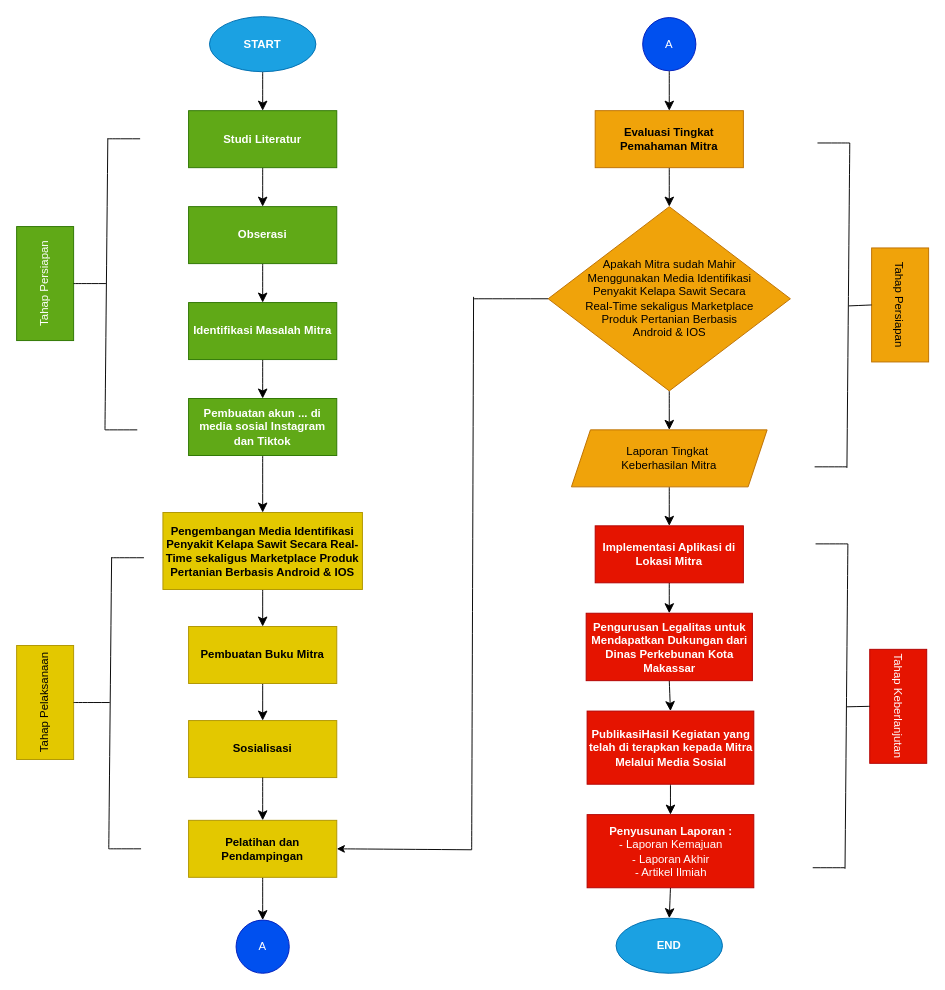
This is Metode Riset.drawio from NahwaKakaa/Draw.Io, a draw.io file, before an edit. Source tidied: cells renumbered, new cells numbered last; positions are measured from the earlier drawing's top-left corner, leaving out a move shared by most shapes. Both pictures are drawn from the tidied source at 95%, with x=0, y=0 at pixel (-12, 16).
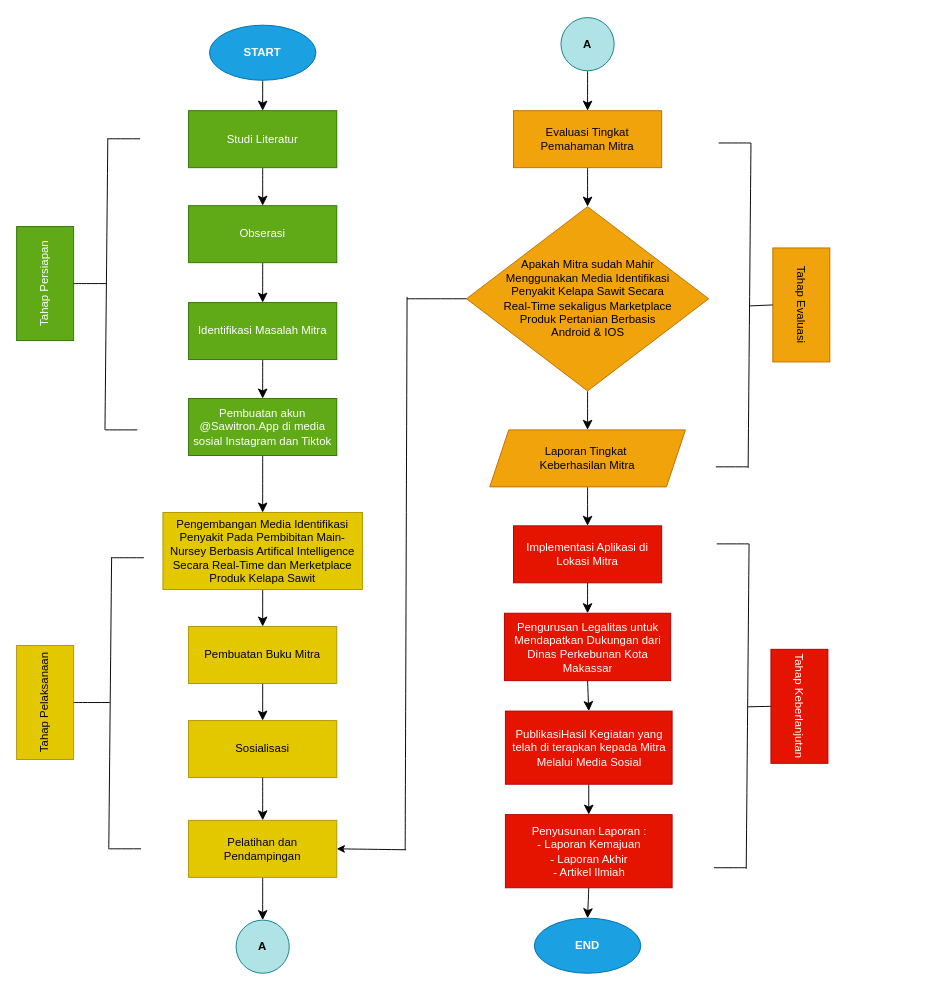
The same page after the edit.

The edit, as a diff of the source:
```diff
@@
     <mxCell id="3" value="&lt;h4&gt;&lt;font&gt;START&lt;/font&gt;&lt;/h4&gt;" style="ellipse;whiteSpace=wrap;html=1;fillColor=#1ba1e2;fontColor=#ffffff;strokeColor=#006EAF;" parent="1" vertex="1">
-      <mxGeometry x="233" width="112" height="58" as="geometry" />
+      <mxGeometry x="233" y="9" width="112" height="58" as="geometry" />
     </mxCell>
@@
-    <mxCell id="5" value="&lt;h4&gt;Studi Literatur&lt;/h4&gt;" style="rounded=0;whiteSpace=wrap;html=1;fillColor=#60a917;fontColor=#ffffff;strokeColor=#2D7600;" parent="1" vertex="1">
+    <mxCell id="5" value="Studi Literatur" style="rounded=0;whiteSpace=wrap;html=1;fillColor=#60a917;strokeColor=#2D7600;fontColor=#FFFFFF;" parent="1" vertex="1">
       <mxGeometry x="211" y="99" width="156" height="60" as="geometry" />
     </mxCell>
@@
-    <mxCell id="7" value="&lt;h4&gt;Obserasi&lt;/h4&gt;" style="rounded=0;whiteSpace=wrap;html=1;fillColor=#60a917;fontColor=#ffffff;strokeColor=#2D7600;" parent="1" vertex="1">
-      <mxGeometry x="211" y="200" width="156" height="60" as="geometry" />
+    <mxCell id="7" value="&lt;p&gt;Obserasi&lt;/p&gt;" style="rounded=0;whiteSpace=wrap;html=1;fillColor=#60a917;fontColor=#ffffff;strokeColor=#2D7600;" parent="1" vertex="1">
+      <mxGeometry x="211" y="199" width="156" height="60" as="geometry" />
     </mxCell>
@@
-    <mxCell id="9" value="&lt;h4&gt;Identifikasi Masalah Mitra&lt;/h4&gt;" style="rounded=0;whiteSpace=wrap;html=1;fillColor=#60a917;fontColor=#ffffff;strokeColor=#2D7600;" parent="1" vertex="1">
+    <mxCell id="9" value="&lt;p&gt;Identifikasi Masalah Mitra&lt;/p&gt;" style="rounded=0;whiteSpace=wrap;html=1;fillColor=#60a917;fontColor=#ffffff;strokeColor=#2D7600;" parent="1" vertex="1">
       <mxGeometry x="211" y="301" width="156" height="60" as="geometry" />
     </mxCell>
@@
-    <mxCell id="11" value="&lt;h4&gt;Pembuatan akun ... di media sosial Instagram dan Tiktok&lt;/h4&gt;" style="rounded=0;whiteSpace=wrap;html=1;fillColor=#60a917;fontColor=#ffffff;strokeColor=#2D7600;" parent="1" vertex="1">
+    <mxCell id="11" value="&lt;p&gt;Pembuatan akun @Sawitron.App di media sosial Instagram dan Tiktok&lt;/p&gt;" style="rounded=0;whiteSpace=wrap;html=1;fillColor=#60a917;fontColor=#ffffff;strokeColor=#2D7600;" parent="1" vertex="1">
       <mxGeometry x="211" y="402" width="156" height="60" as="geometry" />
     </mxCell>
@@
-    <mxCell id="13" value="&lt;h4&gt;Pengembangan Media Identifikasi Penyakit Kelapa Sawit Secara Real-Time sekaligus Marketplace Produk Pertanian Berbasis Android &amp;amp; IOS&lt;/h4&gt;" style="rounded=0;whiteSpace=wrap;html=1;fillColor=#e3c800;fontColor=#000000;strokeColor=#B09500;" parent="1" vertex="1">
+    <mxCell id="13" value="&lt;p&gt;Pengembangan Media Identifikasi Penyakit Pada Pembibitan Main-Nursey Berbasis Artifical Intelligence Secara Real-Time dan Merketplace Produk Kelapa Sawit&lt;/p&gt;" style="rounded=0;whiteSpace=wrap;html=1;fillColor=#e3c800;fontColor=#000000;strokeColor=#B09500;" parent="1" vertex="1">
       <mxGeometry x="184" y="522" width="210" height="81" as="geometry" />
     </mxCell>
@@
-    <mxCell id="15" value="&lt;h4&gt;Pembuatan Buku Mitra&lt;/h4&gt;" style="rounded=0;whiteSpace=wrap;html=1;fillColor=#e3c800;fontColor=#000000;strokeColor=#B09500;" parent="1" vertex="1">
+    <mxCell id="15" value="&lt;p&gt;Pembuatan Buku Mitra&lt;/p&gt;" style="rounded=0;whiteSpace=wrap;html=1;fillColor=#e3c800;fontColor=#000000;strokeColor=#B09500;" parent="1" vertex="1">
       <mxGeometry x="211" y="642" width="156" height="60" as="geometry" />
     </mxCell>
-    <mxCell id="16" value="&lt;h4&gt;Sosialisasi&lt;/h4&gt;" style="rounded=0;whiteSpace=wrap;html=1;fillColor=#e3c800;fontColor=#000000;strokeColor=#B09500;" parent="1" vertex="1">
+    <mxCell id="16" value="&lt;p&gt;Sosialisasi&lt;/p&gt;" style="rounded=0;whiteSpace=wrap;html=1;fillColor=#e3c800;fontColor=#000000;strokeColor=#B09500;" parent="1" vertex="1">
       <mxGeometry x="211" y="741" width="156" height="60" as="geometry" />
     </mxCell>
@@
-    <mxCell id="18" value="&lt;h4&gt;Pelatihan dan Pendampingan&lt;/h4&gt;" style="rounded=0;whiteSpace=wrap;html=1;fillColor=#e3c800;fontColor=#000000;strokeColor=#B09500;" parent="1" vertex="1">
+    <mxCell id="18" value="&lt;p&gt;Pelatihan dan Pendampingan&lt;/p&gt;" style="rounded=0;whiteSpace=wrap;html=1;fillColor=#e3c800;fontColor=#000000;strokeColor=#B09500;" parent="1" vertex="1">
       <mxGeometry x="211" y="846" width="156" height="60" as="geometry" />
     </mxCell>
@@
-    <mxCell id="31" value="A" style="ellipse;whiteSpace=wrap;html=1;fillColor=#0050ef;fontColor=#ffffff;strokeColor=#001DBC;" parent="1" vertex="1">
+    <mxCell id="31" value="&lt;h4&gt;A&lt;/h4&gt;" style="ellipse;whiteSpace=wrap;html=1;fillColor=#b0e3e6;strokeColor=#0e8088;" parent="1" vertex="1">
       <mxGeometry x="261" y="951" width="56" height="56" as="geometry" />
     </mxCell>
@@
-    <mxCell id="33" value="A" style="ellipse;whiteSpace=wrap;html=1;fillColor=#0050ef;fontColor=#ffffff;strokeColor=#001DBC;" parent="1" vertex="1">
-      <mxGeometry x="689" y="1" width="56" height="56" as="geometry" />
+    <mxCell id="33" value="&lt;h4&gt;A&lt;/h4&gt;" style="ellipse;whiteSpace=wrap;html=1;fillColor=#b0e3e6;strokeColor=#0e8088;" parent="1" vertex="1">
+      <mxGeometry x="603" y="1" width="56" height="56" as="geometry" />
     </mxCell>
@@
-    <mxCell id="35" value="&lt;h4&gt;Evaluasi Tingkat Pemahaman Mitra&lt;/h4&gt;" style="rounded=0;whiteSpace=wrap;html=1;fillColor=#f0a30a;fontColor=#000000;strokeColor=#BD7000;" parent="1" vertex="1">
-      <mxGeometry x="639" y="99" width="156" height="60" as="geometry" />
+    <mxCell id="35" value="&lt;p&gt;Evaluasi Tingkat Pemahaman Mitra&lt;/p&gt;" style="rounded=0;whiteSpace=wrap;html=1;fillColor=#f0a30a;fontColor=#000000;strokeColor=#BD7000;" parent="1" vertex="1">
+      <mxGeometry x="553" y="99" width="156" height="60" as="geometry" />
     </mxCell>
@@
-    <mxCell id="37" value="Apakah Mitra sudah Mahir &lt;br&gt;Menggunakan Media Identifikasi &lt;br&gt;Penyakit Kelapa Sawit Secara &lt;br&gt;Real-Time sekaligus Marketplace &lt;br&gt;Produk Pertanian Berbasis &lt;br&gt;Android &amp;amp; IOS" style="rhombus;whiteSpace=wrap;html=1;fillColor=#f0a30a;fontColor=#000000;strokeColor=#BD7000;" parent="1" vertex="1">
-      <mxGeometry x="589.5" y="200" width="255" height="194" as="geometry" />
+    <mxCell id="37" value="&lt;p&gt;Apakah Mitra sudah Mahir&lt;br&gt; Menggunakan Media Identifikasi&lt;br&gt; Penyakit Kelapa Sawit Secara&lt;br&gt; Real-Time sekaligus Marketplace&lt;br&gt; Produk Pertanian Berbasis&lt;br&gt; Android &amp;amp; IOS&lt;/p&gt;" style="rhombus;whiteSpace=wrap;html=1;fillColor=#f0a30a;fontColor=#000000;strokeColor=#BD7000;" parent="1" vertex="1">
+      <mxGeometry x="503.5" y="200" width="255" height="194" as="geometry" />
     </mxCell>
@@
-    <mxCell id="39" value="Laporan Tingkat&amp;nbsp;&lt;div&gt;Keberhasilan Mitra&lt;/div&gt;" style="shape=parallelogram;perimeter=parallelogramPerimeter;whiteSpace=wrap;html=1;fixedSize=1;fillColor=#f0a30a;fontColor=#000000;strokeColor=#BD7000;" parent="1" vertex="1">
-      <mxGeometry x="614" y="435" width="206" height="60" as="geometry" />
+    <mxCell id="39" value="&lt;p&gt;Laporan Tingkat&amp;nbsp;&lt;br&gt;Keberhasilan Mitra&lt;/p&gt;" style="shape=parallelogram;perimeter=parallelogramPerimeter;whiteSpace=wrap;html=1;fixedSize=1;fillColor=#f0a30a;fontColor=#000000;strokeColor=#BD7000;" parent="1" vertex="1">
+      <mxGeometry x="528" y="435" width="206" height="60" as="geometry" />
     </mxCell>
@@
-    <mxCell id="41" value="&lt;h4&gt;Implementasi Aplikasi di Lokasi Mitra&lt;/h4&gt;" style="rounded=0;whiteSpace=wrap;html=1;fillColor=#e51400;fontColor=#ffffff;strokeColor=#B20000;" parent="1" vertex="1">
-      <mxGeometry x="639" y="536" width="156" height="60" as="geometry" />
+    <mxCell id="41" value="&lt;p&gt;Implementasi Aplikasi di Lokasi Mitra&lt;/p&gt;" style="rounded=0;whiteSpace=wrap;html=1;fillColor=#e51400;fontColor=#ffffff;strokeColor=#B20000;" parent="1" vertex="1">
+      <mxGeometry x="553" y="536" width="156" height="60" as="geometry" />
     </mxCell>
@@
-    <mxCell id="43" value="&lt;h4&gt;PublikasiHasil Kegiatan yang telah di terapkan kepada Mitra Melalui Media Sosial&lt;/h4&gt;" style="rounded=0;whiteSpace=wrap;html=1;fillColor=#e51400;fontColor=#ffffff;strokeColor=#B20000;" parent="1" vertex="1">
-      <mxGeometry x="630.5" y="731" width="175.5" height="77" as="geometry" />
+    <mxCell id="43" value="&lt;p&gt;PublikasiHasil Kegiatan yang telah di terapkan kepada Mitra Melalui Media Sosial&lt;/p&gt;" style="rounded=0;whiteSpace=wrap;html=1;fillColor=#e51400;fontColor=#ffffff;strokeColor=#B20000;" parent="1" vertex="1">
+      <mxGeometry x="544.5" y="731" width="175.5" height="77" as="geometry" />
     </mxCell>
@@
-    <mxCell id="45" value="&lt;h4&gt;Pengurusan Legalitas untuk Mendapatkan Dukungan dari Dinas Perkebunan Kota Makassar&lt;/h4&gt;" style="rounded=0;whiteSpace=wrap;html=1;fillColor=#e51400;fontColor=#ffffff;strokeColor=#B20000;" parent="1" vertex="1">
-      <mxGeometry x="629.5" y="628" width="175" height="71" as="geometry" />
+    <mxCell id="45" value="&lt;p&gt;Pengurusan Legalitas untuk Mendapatkan Dukungan dari Dinas Perkebunan Kota Makassar&lt;/p&gt;" style="rounded=0;whiteSpace=wrap;html=1;fillColor=#e51400;fontColor=#ffffff;strokeColor=#B20000;" parent="1" vertex="1">
+      <mxGeometry x="543.5" y="628" width="175" height="71" as="geometry" />
     </mxCell>
@@
-    <mxCell id="47" value="&lt;h4&gt;&lt;font style=&quot;color: rgb(255, 255, 255);&quot;&gt;Penyusunan Laporan :&lt;br&gt;&lt;span style=&quot;background-color: transparent; font-weight: normal;&quot;&gt;- Laporan Kemajuan&lt;br&gt;&lt;/span&gt;&lt;span style=&quot;background-color: transparent; font-weight: normal;&quot;&gt;- Laporan Akhir&lt;br&gt;&lt;/span&gt;&lt;span style=&quot;background-color: transparent; font-weight: normal;&quot;&gt;- Artikel Ilmiah&lt;/span&gt;&lt;/font&gt;&lt;/h4&gt;" style="rounded=0;whiteSpace=wrap;html=1;align=center;fillColor=#e51400;fontColor=#ffffff;strokeColor=#B20000;" parent="1" vertex="1">
-      <mxGeometry x="630.5" y="840" width="175.5" height="77" as="geometry" />
+    <mxCell id="47" value="&lt;p&gt;&lt;font style=&quot;color: rgb(255, 255, 255);&quot;&gt;Penyusunan Laporan :&lt;br&gt;&lt;/font&gt;&lt;font style=&quot;color: rgb(255, 255, 255);&quot;&gt;&lt;span style=&quot;background-color: transparent; font-weight: normal;&quot;&gt;- Laporan Kemajuan&lt;br&gt;&lt;/span&gt;&lt;/font&gt;&lt;font style=&quot;color: rgb(255, 255, 255);&quot;&gt;&lt;span style=&quot;background-color: transparent; font-weight: normal;&quot;&gt;- Laporan Akhir&lt;br&gt;&lt;/span&gt;&lt;/font&gt;&lt;font style=&quot;color: rgb(255, 255, 255);&quot;&gt;&lt;span style=&quot;background-color: transparent; font-weight: normal;&quot;&gt;- Artikel Ilmiah&lt;/span&gt;&lt;/font&gt;&lt;/p&gt;" style="rounded=0;whiteSpace=wrap;html=1;align=center;fillColor=#e51400;fontColor=#ffffff;strokeColor=#B20000;" parent="1" vertex="1">
+      <mxGeometry x="544.5" y="840" width="175.5" height="77" as="geometry" />
     </mxCell>
     <mxCell id="48" value="&lt;h4&gt;&lt;font&gt;END&lt;/font&gt;&lt;/h4&gt;" style="ellipse;whiteSpace=wrap;html=1;fillColor=#1ba1e2;fontColor=#ffffff;strokeColor=#006EAF;" parent="1" vertex="1">
-      <mxGeometry x="661" y="949" width="112" height="58" as="geometry" />
+      <mxGeometry x="575" y="949" width="112" height="58" as="geometry" />
     </mxCell>
-    <mxCell id="49" value="Tahap Persiapan" style="rounded=0;whiteSpace=wrap;html=1;rotation=90;fillColor=#f0a30a;fontColor=#000000;strokeColor=#BD7000;" parent="1" vertex="1">
-      <mxGeometry x="900" y="273.5" width="120" height="60" as="geometry" />
+    <mxCell id="49" value="&lt;p&gt;Tahap Evaluasi&lt;/p&gt;" style="rounded=0;whiteSpace=wrap;html=1;rotation=90;fillColor=#f0a30a;fontColor=#000000;strokeColor=#BD7000;" parent="1" vertex="1">
+      <mxGeometry x="796" y="273.5" width="120" height="60" as="geometry" />
     </mxCell>
     <mxCell id="50" value="Tahap Keberlanjutan" style="rounded=0;whiteSpace=wrap;html=1;rotation=90;fillColor=#e51400;fontColor=#ffffff;strokeColor=#B20000;" parent="1" vertex="1">
-      <mxGeometry x="898" y="696" width="120" height="60" as="geometry" />
+      <mxGeometry x="794" y="696" width="120" height="60" as="geometry" />
     </mxCell>
     <mxCell id="51" style="group;rotation=-180;" parent="1" vertex="1">
-      <mxGeometry x="868" y="516" width="37" height="342" as="geometry" />
+      <mxGeometry x="764" y="516" width="37" height="342" as="geometry" />
     </mxCell>
@@
     <mxCell id="56" style="group;rotation=-180;" parent="1" vertex="1">
-      <mxGeometry x="870" y="94" width="37" height="342" as="geometry" />
+      <mxGeometry x="766" y="94" width="37" height="342" as="geometry" />
     </mxCell>
@@
     <mxCell id="62" style="endArrow=none;html=1;rounded=0;fontSize=12;startSize=8;endSize=8;curved=1;entryX=0;entryY=0.5;entryDx=0;entryDy=0;" parent="1" edge="1" target="37">
       <mxGeometry relative="1" as="geometry">
-        <mxPoint x="511" y="297" as="sourcePoint" />
+        <mxPoint x="441" y="297" as="sourcePoint" />
       </mxGeometry>
     </mxCell>
     <mxCell id="63" style="endArrow=none;html=1;rounded=0;fontSize=12;startSize=8;endSize=8;curved=1;" parent="1" edge="1">
       <mxGeometry relative="1" as="geometry">
-        <mxPoint x="509" y="877" as="sourcePoint" />
-        <mxPoint x="511" y="295" as="targetPoint" />
+        <mxPoint x="439" y="877" as="sourcePoint" />
+        <mxPoint x="441" y="295" as="targetPoint" />
       </mxGeometry>
     </mxCell>
     <mxCell id="64" style="endArrow=none;html=1;rounded=0;fontSize=12;curved=1;strokeColor=default;startArrow=classic;startFill=1;exitX=1;exitY=0.5;exitDx=0;exitDy=0;" parent="1" edge="1" source="18">
       <mxGeometry relative="1" as="geometry">
-        <mxPoint x="509" y="877" as="targetPoint" />
+        <mxPoint x="440" y="877" as="targetPoint" />
       </mxGeometry>
     </mxCell>
```
